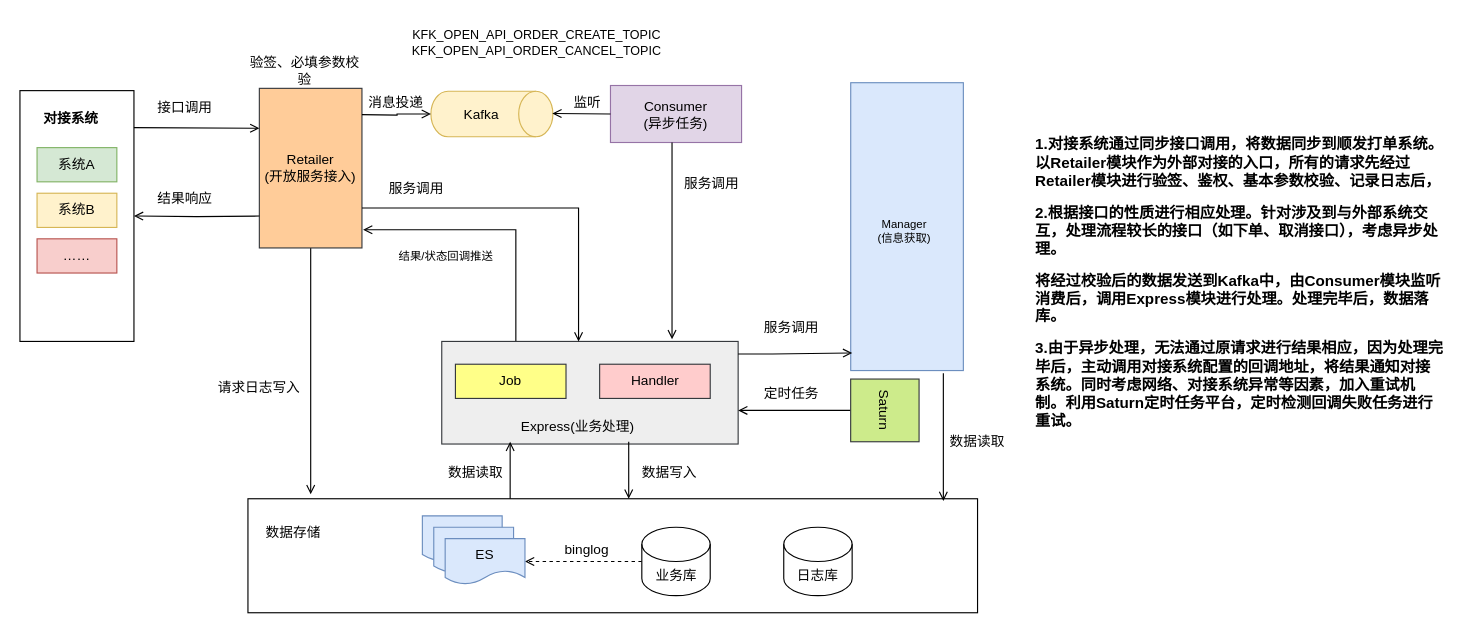
Above: page "标准接口方案设计" (5 of 10) of 导入.drawio in vvhard/draw_io (draw.io), before the change. Source tidied: cells renumbered, new cells numbered last; positions are measured from the earlier drawing's top-left corner, leaving out a move shared by most shapes. Both pictures are drawn from the tidied source at 114%, with x=0, y=0 at pixel (19, 19).
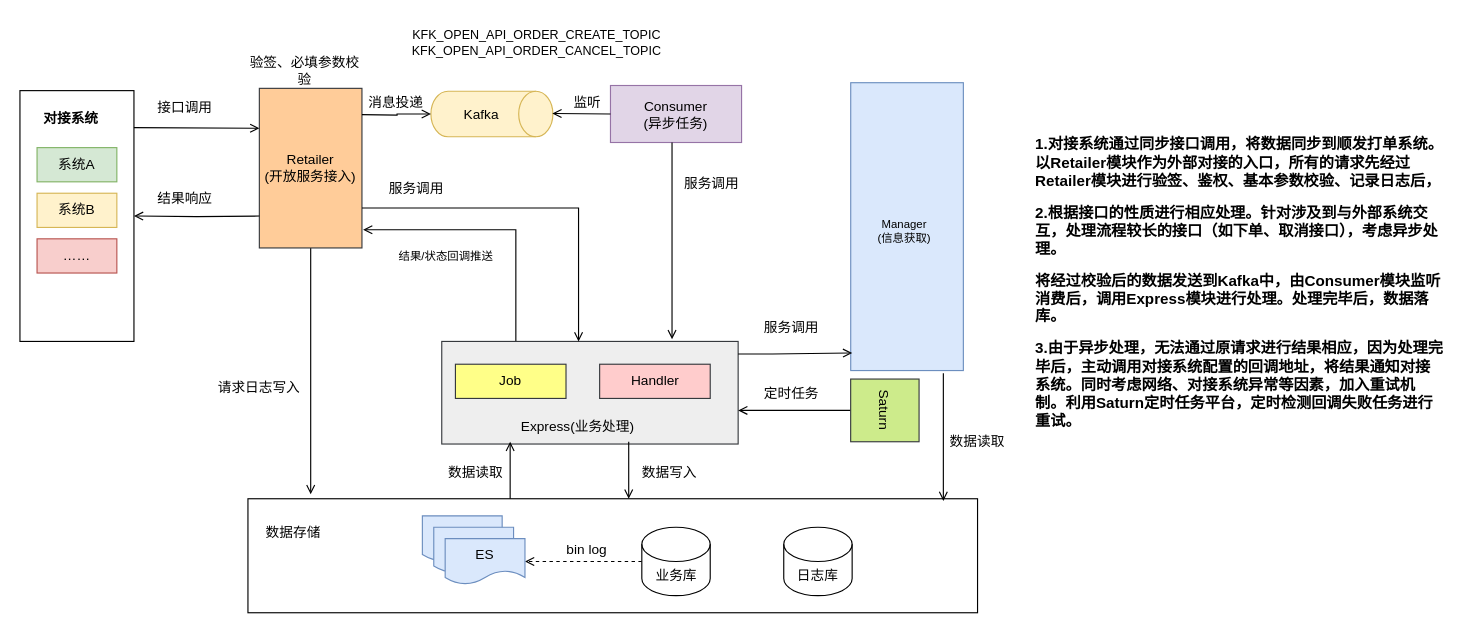
The same diagram, later.

What changed in the source:
```diff
@@
-    <mxCell id="32" value="binglog" style="text;html=1;strokeColor=none;fillColor=none;align=center;verticalAlign=middle;whiteSpace=wrap;rounded=0;strokeWidth=1;fontSize=12;fontColor=#000000;" parent="1" vertex="1">
+    <mxCell id="32" value="bin log" style="text;html=1;strokeColor=none;fillColor=none;align=center;verticalAlign=middle;whiteSpace=wrap;rounded=0;strokeWidth=1;fontSize=12;fontColor=#000000;" parent="1" vertex="1">
       <mxGeometry x="474.8" y="455" width="45" height="20" as="geometry" />
     </mxCell>
```
